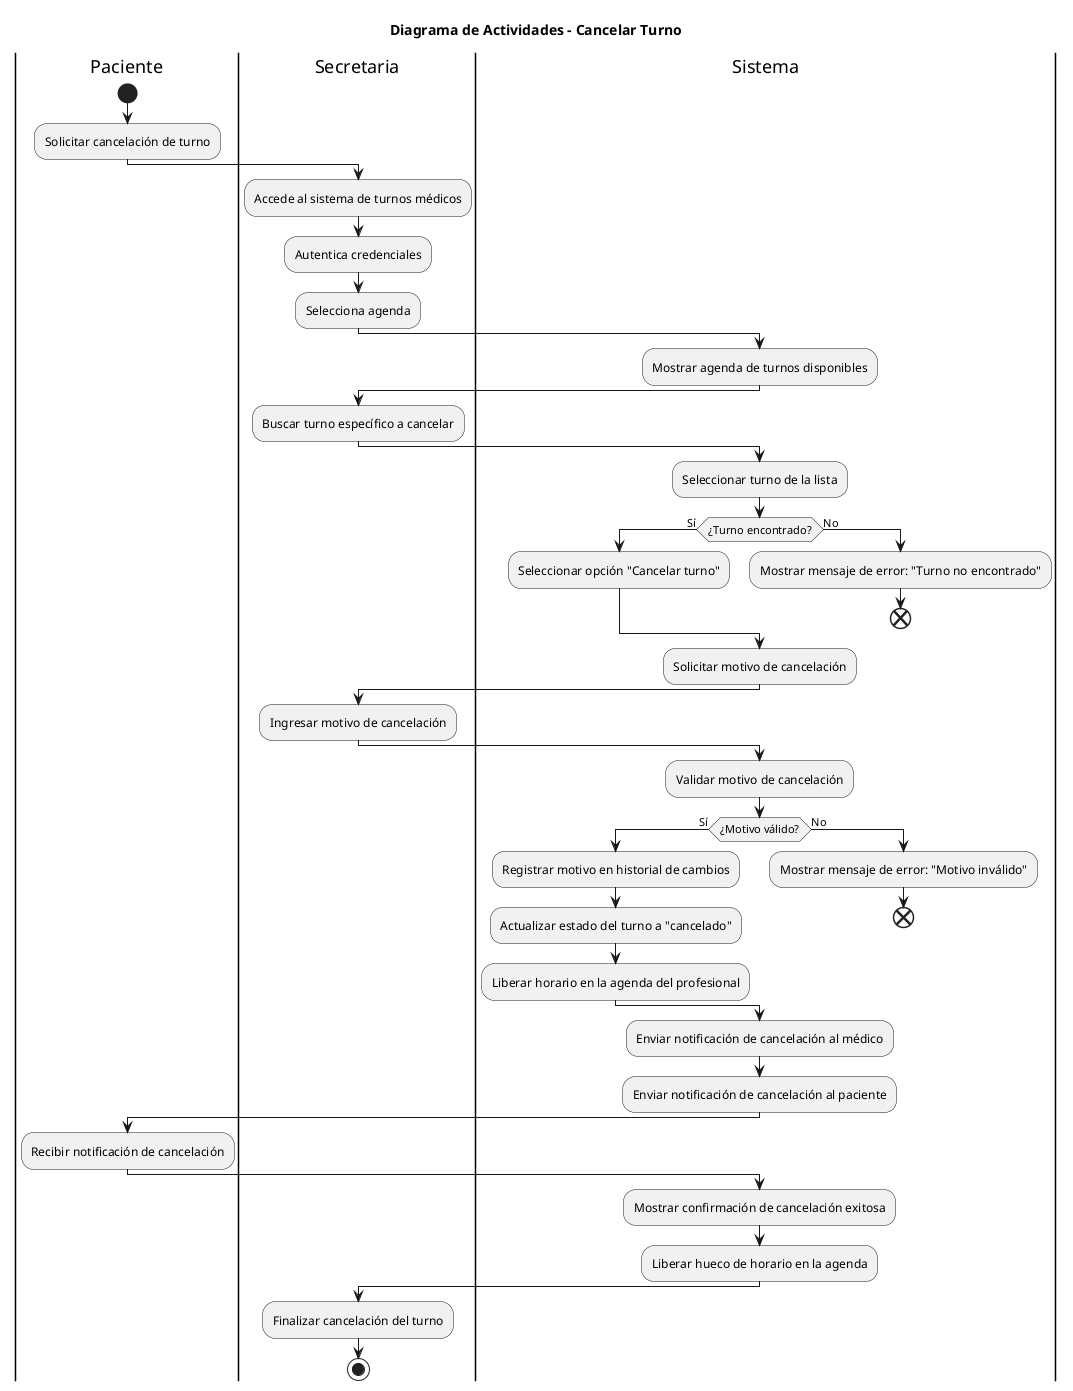
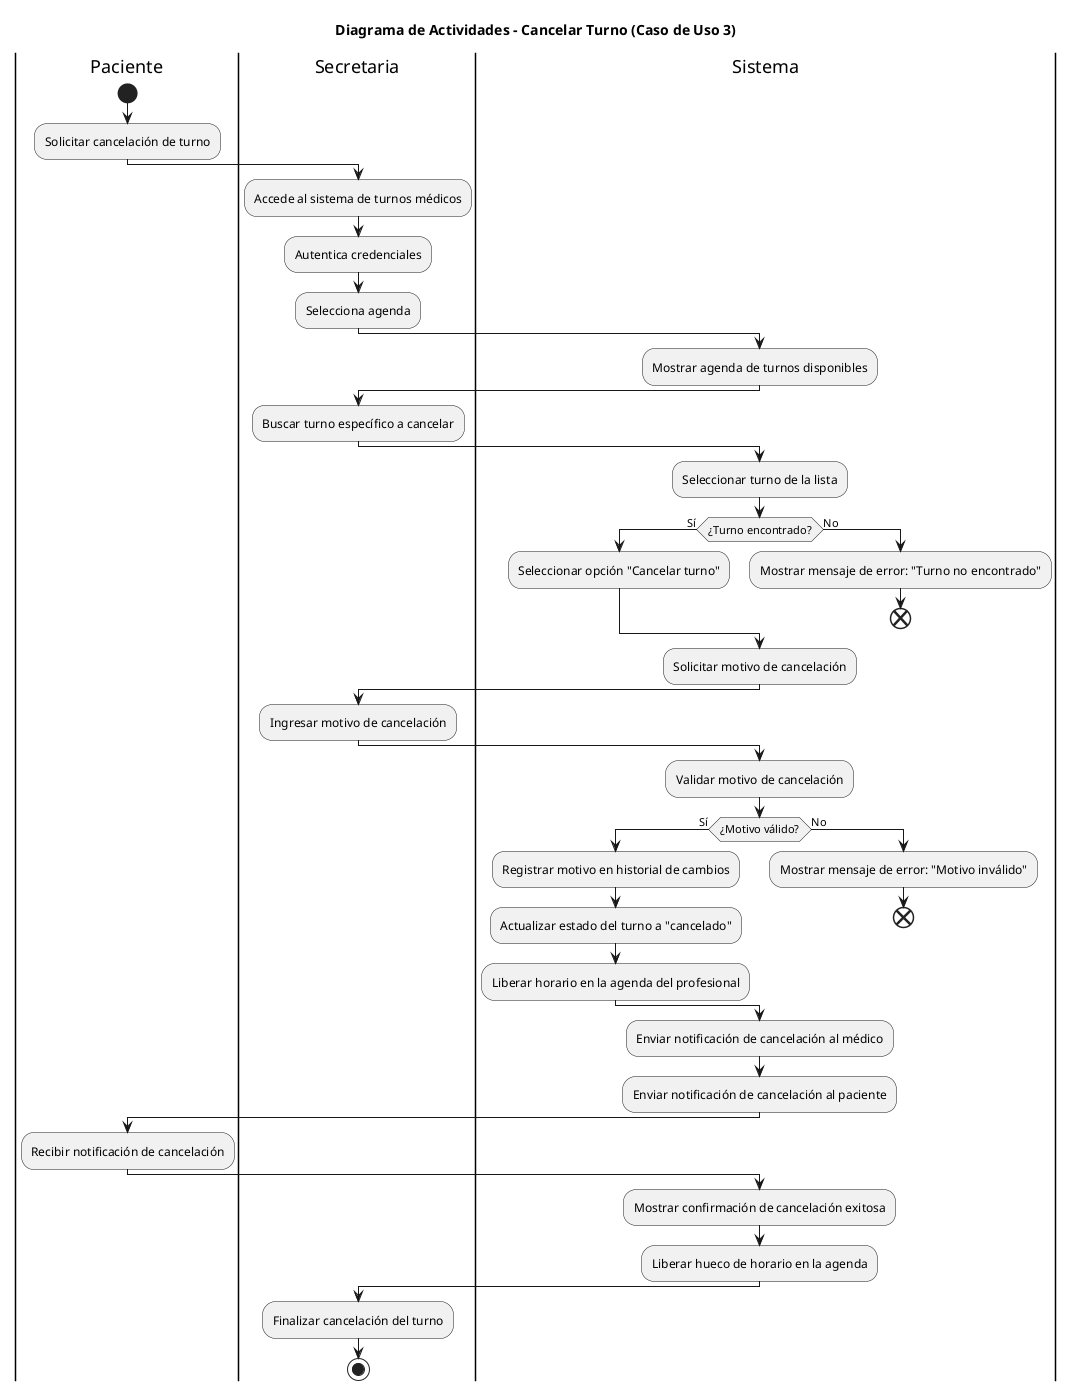
@startuml Cancelar Turno

- title Diagrama de Actividades - Cancelar Turno
+ title Diagrama de Actividades - Cancelar Turno (Caso de Uso 3)
|Paciente|

start
:Solicitar cancelación de turno;
|Secretaria|
:Accede al sistema de turnos médicos;
:Autentica credenciales;
:Selecciona agenda;

|Sistema|
:Mostrar agenda de turnos disponibles;

|Secretaria|
:Buscar turno específico a cancelar;
 |Sistema|
:Seleccionar turno de la lista;

if (¿Turno encontrado?) then (Sí)
    :Seleccionar opción "Cancelar turno";
else (No)
    :Mostrar mensaje de error: "Turno no encontrado";
    end
endif

:Solicitar motivo de cancelación;

|Secretaria|
:Ingresar motivo de cancelación;

|Sistema|
:Validar motivo de cancelación;

if (¿Motivo válido?) then (Sí)
    :Registrar motivo en historial de cambios;
    :Actualizar estado del turno a "cancelado";
    :Liberar horario en la agenda del profesional;
else (No)
    :Mostrar mensaje de error: "Motivo inválido";
    end
endif

|Sistema|
:Enviar notificación de cancelación al médico;
:Enviar notificación de cancelación al paciente;


|Paciente|
:Recibir notificación de cancelación;

|Sistema|
:Mostrar confirmación de cancelación exitosa;
:Liberar hueco de horario en la agenda;

|Secretaria|
:Finalizar cancelación del turno;

stop

@enduml